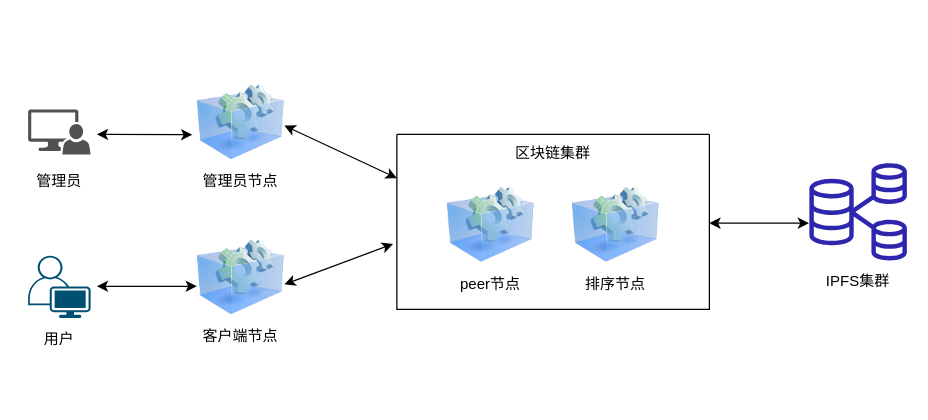
Earlier version of the draw.io diagram play.drawio (DingAllen/2022-leetcode). Source tidied: cells renumbered, new cells numbered last; positions are measured from the earlier drawing's top-left corner, leaving out a move shared by most shapes. Both pictures are drawn from the tidied source at 125%, with x=0, y=0 at pixel (21, 81).
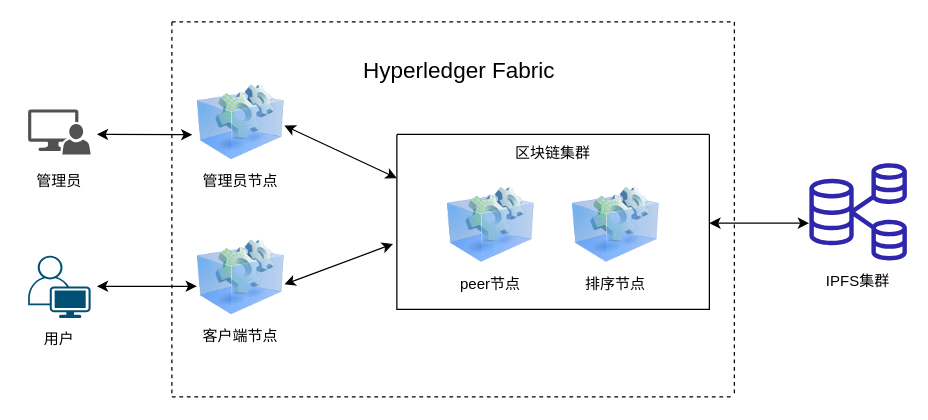
The same diagram, later.

What changed in the source:
```diff
@@
+    <mxCell id="23" style="endArrow=none;dashed=1;html=1;rounded=0;" parent="1" edge="1">
+      <mxGeometry relative="1" as="geometry">
+        <mxPoint x="120" y="249" as="sourcePoint" />
+        <mxPoint x="120" y="-48" as="targetPoint" />
+      </mxGeometry>
+    </mxCell>
+    <mxCell id="24" style="endArrow=none;dashed=1;html=1;rounded=0;" parent="1" edge="1">
+      <mxGeometry relative="1" as="geometry">
+        <mxPoint x="570" y="249" as="sourcePoint" />
+        <mxPoint x="570" y="-48" as="targetPoint" />
+      </mxGeometry>
+    </mxCell>
+    <mxCell id="25" style="endArrow=none;dashed=1;html=1;rounded=0;" parent="1" edge="1">
+      <mxGeometry relative="1" as="geometry">
+        <mxPoint x="120" y="-48" as="sourcePoint" />
+        <mxPoint x="570" y="-48" as="targetPoint" />
+      </mxGeometry>
+    </mxCell>
+    <mxCell id="26" style="endArrow=none;dashed=1;html=1;rounded=0;" parent="1" edge="1">
+      <mxGeometry relative="1" as="geometry">
+        <mxPoint x="120" y="252" as="sourcePoint" />
+        <mxPoint x="570" y="252" as="targetPoint" />
+      </mxGeometry>
+    </mxCell>
+    <mxCell id="27" value="&lt;font style=&quot;font-size: 18px;&quot;&gt;Hyperledger Fabric&lt;/font&gt;" style="text;html=1;strokeColor=none;fillColor=none;align=center;verticalAlign=middle;whiteSpace=wrap;rounded=0;" parent="1" vertex="1">
+      <mxGeometry x="270" y="-30" width="160" height="42" as="geometry" />
+    </mxCell>
```
